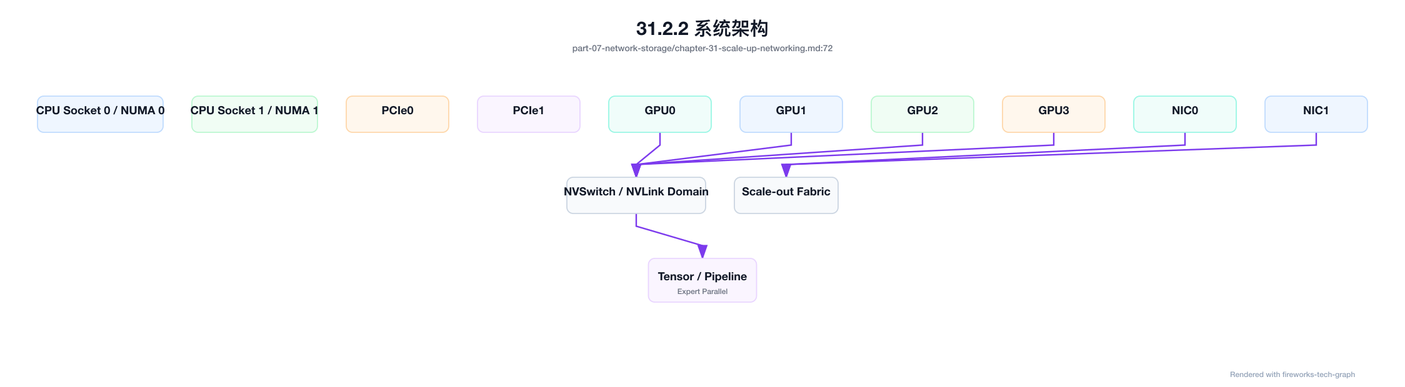
ikingye/ai-factory-engineering keeps this Mermaid diagram as docs/assets/diagrams/part-07-network-storage-chapter-31-scale-up-networking-01.png. Above is the earlier version. Its source is kept beside it as docs/assets/diagrams/sources/part-07-network-storage-chapter-31-scale-up-networking-01.mmd.
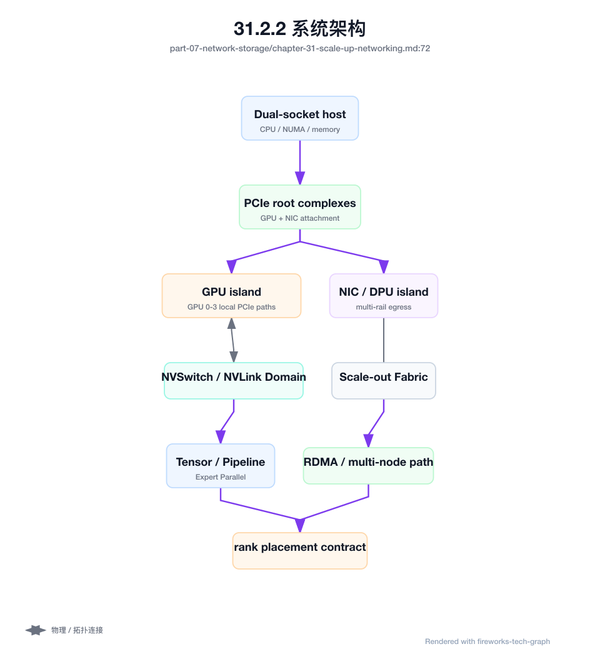
After the change.

Change to the diagram source:
```diff
@@ -1,16 +1,10 @@
 flowchart TB
-  CPU0["CPU Socket 0 / NUMA 0"] --- PCIe0["PCIe Root Complex 0"]
-  CPU1["CPU Socket 1 / NUMA 1"] --- PCIe1["PCIe Root Complex 1"]
-  PCIe0 --- NIC0["NIC / DPU 0"]
-  PCIe1 --- NIC1["NIC / DPU 1"]
-  PCIe0 --- GPU0["GPU 0"]
-  PCIe0 --- GPU1["GPU 1"]
-  PCIe1 --- GPU2["GPU 2"]
-  PCIe1 --- GPU3["GPU 3"]
-  GPU0 <--> NVSW["NVSwitch / NVLink Domain"]
-  GPU1 <--> NVSW
-  GPU2 <--> NVSW
-  GPU3 <--> NVSW
+  Host["Dual-socket host\nCPU / NUMA / memory"] --> PCIe["PCIe root complexes\nGPU + NIC attachment"]
+  PCIe --> GPUIsland["GPU island\nGPU 0-3 local PCIe paths"]
+  PCIe --> NICIsland["NIC / DPU island\nmulti-rail egress"]
+  GPUIsland <--> NVSW["NVSwitch / NVLink Domain"]
+  NICIsland --- SO["Scale-out Fabric"]
   NVSW --> MP["Tensor / Pipeline / Expert Parallel"]
-  NIC0 --> SO["Scale-out Fabric"]
-  NIC1 --> SO
+  SO --> RDMA["RDMA / multi-node path"]
+  MP --> Placement["rank placement contract"]
+  RDMA --> Placement
```
